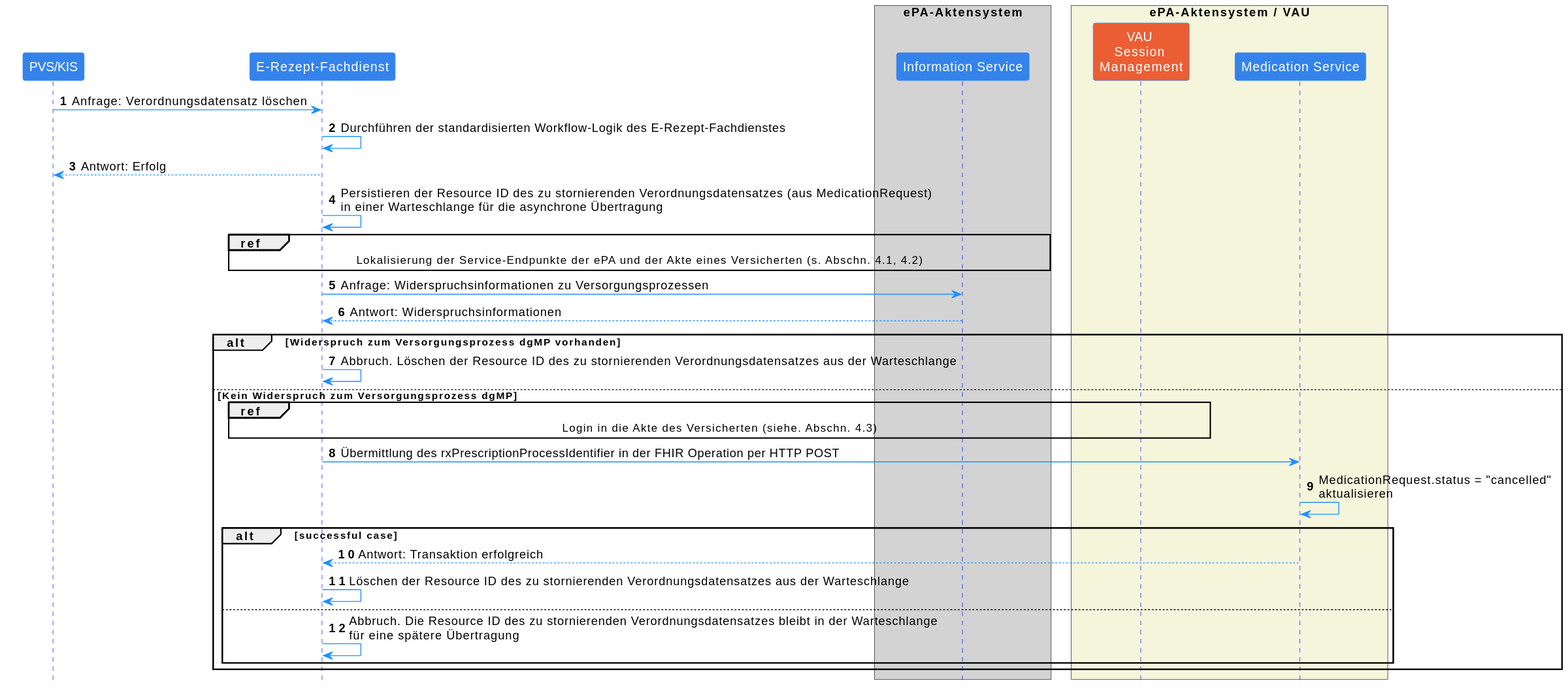
Before: images/plantuml/medicationmanagement.cancel.request.svg, a diagram exported from PlantUML (gematik/ePA-Medication).
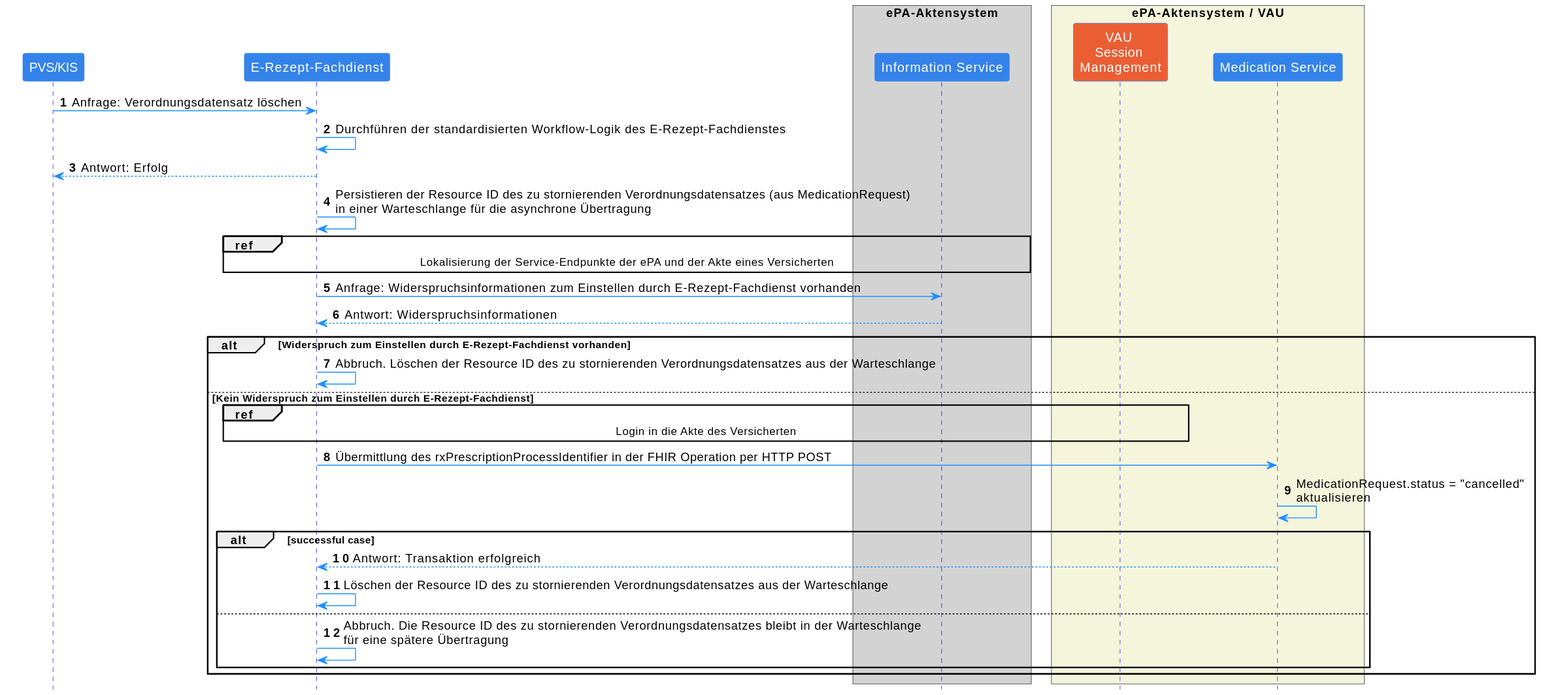
After the commit.

What changed in the source:
```diff
@@ -1,5 +1,4 @@
 @startuml
-
 skinparam Shadowing false
 skinparam ParticipantPadding 20
 skinparam BoxPadding 10
@@ -40,16 +39,16 @@
 
 ERFD -> ERFD: Persistieren der Resource ID des zu stornierenden Verordnungsdatensatzes (aus MedicationRequest)\nin einer Warteschlange für die asynchrone Übertragung
 
-ref over ERFD, IS: Lokalisierung der Service-Endpunkte der ePA und der Akte eines Versicherten (s. Abschn. 4.1, 4.2)
+ref over ERFD, IS: Lokalisierung der Service-Endpunkte der ePA und der Akte eines Versicherten
 
-ERFD -> IS: Anfrage: Widerspruchsinformationen zu Versorgungsprozessen
+ERFD -> IS: Anfrage: Widerspruchsinformationen zum Einstellen durch E-Rezept-Fachdienst vorhanden
 IS --> ERFD: Antwort: Widerspruchsinformationen
 
-alt Widerspruch zum Versorgungsprozess dgMP vorhanden
+alt Widerspruch zum Einstellen durch E-Rezept-Fachdienst vorhanden
     ERFD -> ERFD: Abbruch. Löschen der Resource ID des zu stornierenden Verordnungsdatensatzes aus der Warteschlange
-else Kein Widerspruch zum Versorgungsprozess dgMP
+else Kein Widerspruch zum Einstellen durch E-Rezept-Fachdienst
 
-    ref over ERFD, VAU: Login in die Akte des Versicherten (siehe. Abschn. 4.3)
+    ref over ERFD, VAU: Login in die Akte des Versicherten
 
     ERFD -> EPA: Übermittlung des rxPrescriptionProcessIdentifier in der FHIR Operation per HTTP POST
     EPA -> EPA: MedicationRequest.status = "cancelled"\naktualisieren
@@ -62,5 +61,4 @@
     end
 
 end
-
 @enduml
```
